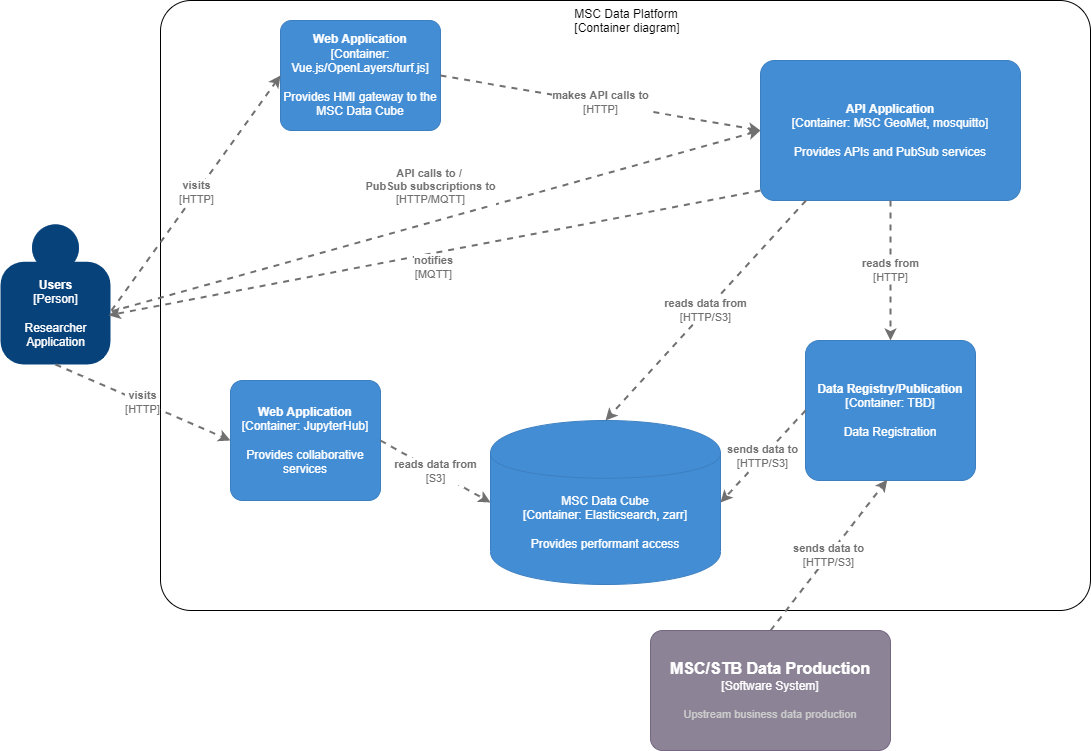
This is architecture/c4.container.png from ECCC-MSC/msc-data-platform, a draw.io export, as it was before one commit. Source tidied: cells renumbered, new cells last; positions are measured from the earlier drawing's top-left corner, leaving out a move shared by most shapes. Its diagram source:
```xml
<mxGraphModel>
  <root>
    <mxCell id="0" />
    <mxCell id="1" parent="0" />
    <object id="2" label="&lt;div style=&quot;text-align: left&quot;&gt;%c4Name%&lt;/div&gt;&lt;div style=&quot;text-align: left&quot;&gt;[%c4Application%]&lt;/div&gt;" c4Application="Container diagram" c4Name="MSC Data Platform" c4Type="ExecutionEnvironment" placeholders="1">
      <mxCell style="rounded=1;whiteSpace=wrap;html=1;labelBackgroundColor=none;fillColor=none;fontColor=#000000;align=middle;arcSize=5;strokeColor=#000000;verticalAlign=top;metaData={&quot;c4Type&quot;:{&quot;editable&quot;:false}};" parent="1" vertex="1">
        <mxGeometry x="160" width="930" height="610" as="geometry" />
      </mxCell>
    </object>
    <object id="3" label="&lt;b&gt;%c4Name%&lt;/b&gt;&lt;div&gt;[%c4Type%: %c4Technology%]&lt;/div&gt;&lt;br&gt;&lt;div&gt;%c4Description%&lt;/div&gt;" c4Description="Data Registration" c4Name="Data Registry/Publication" c4Technology="TBD" c4Type="Container" placeholders="1">
      <mxCell style="rounded=1;whiteSpace=wrap;html=1;labelBackgroundColor=none;fillColor=#438DD5;fontColor=#ffffff;align=center;arcSize=10;strokeColor=#3C7FC0;metaData={&quot;c4Type&quot;:{&quot;editable&quot;:false}};points=[[0.25,0,0],[0.5,0,0],[0.75,0,0],[1,0.25,0],[1,0.5,0],[1,0.75,0],[0.75,1,0],[0.5,1,0],[0.25,1,0],[0,0.75,0],[0,0.5,0],[0,0.25,0]];" parent="1" vertex="1">
        <mxGeometry x="805" y="340" width="170" height="140" as="geometry" />
      </mxCell>
    </object>
    <object id="4" label="%c4Type%&lt;div&gt;[Container:&amp;nbsp;%c4Technology%]&lt;/div&gt;&lt;br&gt;&lt;div&gt;%c4Description%&lt;/div&gt;" c4Description="Provides performant access" c4Name="MSC Data Cube" c4Technology="Elasticsearch, zarr" c4Type="MSC Data Cube" placeholders="1">
      <mxCell style="shape=cylinder;whiteSpace=wrap;html=1;boundedLbl=1;rounded=0;labelBackgroundColor=none;fillColor=#438DD5;fontSize=12;fontColor=#ffffff;align=center;strokeColor=#3C7FC0;points=[[0.5,0,0],[1,0.25,0],[1,0.5,0],[1,0.75,0],[0.5,1,0],[0,0.75,0],[0,0.5,0],[0,0.25,0]];metaData={&quot;c4Type&quot;:{&quot;editable&quot;:false}};" parent="1" vertex="1">
        <mxGeometry x="490" y="420" width="230" height="164" as="geometry" />
      </mxCell>
    </object>
    <object id="5" label="&lt;div style=&quot;text-align: left&quot;&gt;&lt;div style=&quot;text-align: center&quot;&gt;&lt;b&gt;%c4Description%&lt;/b&gt;&lt;/div&gt;&lt;div style=&quot;text-align: center&quot;&gt;[%c4Technology%]&lt;/div&gt;&lt;/div&gt;" c4Description="sends data to" c4Technology="HTTP/S3" c4Type="Relationship" placeholders="1">
      <mxCell style="edgeStyle=none;rounded=0;html=1;entryX=0.481;entryY=0.995;jettySize=auto;strokeColor=#707070;strokeWidth=2;fontColor=#707070;jumpStyle=none;dashed=1;metaData={&quot;c4Type&quot;:{&quot;editable&quot;:false}};exitX=0.5;exitY=0;exitDx=0;exitDy=0;exitPerimeter=0;entryDx=0;entryDy=0;entryPerimeter=0;" parent="1" edge="1" source="16" target="3">
        <mxGeometry relative="1" as="geometry" />
      </mxCell>
    </object>
    <object id="6" label="&lt;div style=&quot;text-align: left&quot;&gt;&lt;div style=&quot;text-align: center&quot;&gt;&lt;b&gt;%c4Description%&lt;/b&gt;&lt;/div&gt;&lt;div style=&quot;text-align: center&quot;&gt;[%c4Technology%]&lt;/div&gt;&lt;/div&gt;" c4Description="sends data to" c4Technology="HTTP/S3" c4Type="Relationship" placeholders="1">
      <mxCell style="edgeStyle=none;rounded=0;html=1;entryX=1;entryY=0.5;jettySize=auto;strokeColor=#707070;strokeWidth=2;fontColor=#707070;jumpStyle=none;dashed=1;metaData={&quot;c4Type&quot;:{&quot;editable&quot;:false}};exitX=0;exitY=0.5;exitDx=0;exitDy=0;exitPerimeter=0;entryDx=0;entryDy=0;entryPerimeter=0;" parent="1" edge="1" source="3" target="4">
        <mxGeometry relative="1" as="geometry" />
      </mxCell>
    </object>
    <object id="7" label="&lt;b&gt;%c4Name%&lt;/b&gt;&lt;div&gt;[%c4Type%: %c4Technology%]&lt;/div&gt;&lt;br&gt;&lt;div&gt;%c4Description%&lt;/div&gt;" c4Description="Provides APIs and PubSub services" c4Name="API Application" c4Technology="MSC GeoMet, mosquitto" c4Type="Container" placeholders="1">
      <mxCell style="rounded=1;whiteSpace=wrap;html=1;labelBackgroundColor=none;fillColor=#438DD5;fontColor=#ffffff;align=center;arcSize=10;strokeColor=#3C7FC0;metaData={&quot;c4Type&quot;:{&quot;editable&quot;:false}};points=[[0.25,0,0],[0.5,0,0],[0.75,0,0],[1,0.25,0],[1,0.5,0],[1,0.75,0],[0.75,1,0],[0.5,1,0],[0.25,1,0],[0,0.75,0],[0,0.5,0],[0,0.25,0]];" parent="1" vertex="1">
        <mxGeometry x="760" y="60" width="260" height="140" as="geometry" />
      </mxCell>
    </object>
    <object id="8" label="&lt;div style=&quot;text-align: left&quot;&gt;&lt;div style=&quot;text-align: center&quot;&gt;&lt;b&gt;%c4Description%&lt;/b&gt;&lt;/div&gt;&lt;div style=&quot;text-align: center&quot;&gt;[%c4Technology%]&lt;/div&gt;&lt;/div&gt;" c4Description="reads from" c4Technology="HTTP" c4Type="Relationship" placeholders="1">
      <mxCell style="edgeStyle=none;rounded=0;html=1;entryX=0.5;entryY=0;jettySize=auto;strokeColor=#707070;strokeWidth=2;fontColor=#707070;jumpStyle=none;dashed=1;metaData={&quot;c4Type&quot;:{&quot;editable&quot;:false}};entryDx=0;entryDy=0;entryPerimeter=0;" parent="1" edge="1" source="7" target="3">
        <mxGeometry relative="1" as="geometry" />
      </mxCell>
    </object>
    <object id="9" label="&lt;b&gt;%c4Name%&lt;/b&gt;&lt;div&gt;[%c4Type%: %c4Technology%]&lt;/div&gt;&lt;br&gt;&lt;div&gt;%c4Description%&lt;/div&gt;" c4Description="Provides HMI gateway to the MSC Data Cube" c4Name="Web Application" c4Technology="Vue.js/OpenLayers/turf.js" c4Type="Container" placeholders="1">
      <mxCell style="rounded=1;whiteSpace=wrap;html=1;labelBackgroundColor=none;fillColor=#438DD5;fontColor=#ffffff;align=center;arcSize=10;strokeColor=#3C7FC0;metaData={&quot;c4Type&quot;:{&quot;editable&quot;:false}};points=[[0.25,0,0],[0.5,0,0],[0.75,0,0],[1,0.25,0],[1,0.5,0],[1,0.75,0],[0.75,1,0],[0.5,1,0],[0.25,1,0],[0,0.75,0],[0,0.5,0],[0,0.25,0]];" parent="1" vertex="1">
        <mxGeometry x="280" y="20" width="160" height="110" as="geometry" />
      </mxCell>
    </object>
    <object id="10" label="&lt;div style=&quot;text-align: left&quot;&gt;&lt;div style=&quot;text-align: center&quot;&gt;&lt;b&gt;%c4Description%&lt;/b&gt;&lt;/div&gt;&lt;div style=&quot;text-align: center&quot;&gt;[%c4Technology%]&lt;/div&gt;&lt;/div&gt;" c4Description="makes API calls to" c4Technology="HTTP" c4Type="Relationship" placeholders="1">
      <mxCell style="edgeStyle=none;rounded=0;html=1;entryX=0;entryY=0.5;jettySize=auto;strokeColor=#707070;strokeWidth=2;fontColor=#707070;jumpStyle=none;dashed=1;metaData={&quot;c4Type&quot;:{&quot;editable&quot;:false}};exitX=1;exitY=0.5;exitDx=0;exitDy=0;exitPerimeter=0;entryDx=0;entryDy=0;entryPerimeter=0;" parent="1" edge="1" source="9" target="7">
        <mxGeometry relative="1" as="geometry" />
      </mxCell>
    </object>
    <object id="11" label="&lt;div style=&quot;text-align: left&quot;&gt;&lt;div style=&quot;text-align: center&quot;&gt;&lt;b&gt;%c4Description%&lt;/b&gt;&lt;/div&gt;&lt;div style=&quot;text-align: center&quot;&gt;[%c4Technology%]&lt;/div&gt;&lt;/div&gt;" c4Description="reads data from" c4Technology="HTTP/S3" c4Type="Relationship" placeholders="1">
      <mxCell style="edgeStyle=none;rounded=0;html=1;entryX=0.5;entryY=0;jettySize=auto;strokeColor=#707070;strokeWidth=2;fontColor=#707070;jumpStyle=none;dashed=1;metaData={&quot;c4Type&quot;:{&quot;editable&quot;:false}};entryDx=0;entryDy=0;entryPerimeter=0;exitX=0.175;exitY=1;exitDx=0;exitDy=0;exitPerimeter=0;" parent="1" edge="1" source="7" target="4">
        <mxGeometry relative="1" as="geometry" />
      </mxCell>
    </object>
    <object id="12" label="&lt;b&gt;%c4Name%&lt;/b&gt;&lt;div&gt;[%c4Type%]&lt;/div&gt;&lt;br&gt;&lt;div&gt;%c4Description%&lt;/div&gt;" c4Description="Researcher&#10;Application" c4Name="Users" c4Type="Person" placeholders="1">
      <mxCell style="html=1;dashed=0;whitespace=wrap;fillColor=#08427b;strokeColor=none;fontColor=#ffffff;shape=mxgraph.c4.person;align=center;points=[[0.5,0,0],[1,0.5,0],[1,0.75,0],[0.75,1,0],[0.5,1,0],[0.25,1,0],[0,0.75,0],[0,0.5,0]];metaData={&quot;c4Type&quot;:{&quot;editable&quot;:false}};" parent="1" vertex="1">
        <mxGeometry y="224" width="110" height="140" as="geometry" />
      </mxCell>
    </object>
    <object id="13" label="&lt;div style=&quot;text-align: left&quot;&gt;&lt;div style=&quot;text-align: center&quot;&gt;&lt;b&gt;%c4Description%&lt;/b&gt;&lt;/div&gt;&lt;div style=&quot;text-align: center&quot;&gt;[%c4Technology%]&lt;/div&gt;&lt;/div&gt;" c4Description="API calls to / &#10;PubSub subscriptions to" c4Technology="HTTP/MQTT" c4Type="Relationship" placeholders="1">
      <mxCell style="edgeStyle=none;rounded=0;html=1;entryX=0;entryY=0.5;jettySize=auto;strokeColor=#707070;strokeWidth=2;fontColor=#707070;jumpStyle=none;dashed=1;metaData={&quot;c4Type&quot;:{&quot;editable&quot;:false}};exitX=1.011;exitY=0.62;exitDx=0;exitDy=0;exitPerimeter=0;entryDx=0;entryDy=0;entryPerimeter=0;" parent="1" edge="1" source="12" target="7">
        <mxGeometry x="0.01" y="35" relative="1" as="geometry" />
      </mxCell>
    </object>
    <object id="14" label="&lt;div style=&quot;text-align: left&quot;&gt;&lt;div style=&quot;text-align: center&quot;&gt;&lt;b&gt;%c4Description%&lt;/b&gt;&lt;/div&gt;&lt;div style=&quot;text-align: center&quot;&gt;[%c4Technology%]&lt;/div&gt;&lt;/div&gt;" c4Description="visits" c4Technology="HTTP" c4Type="Relationship" placeholders="1">
      <mxCell style="edgeStyle=none;rounded=0;html=1;jettySize=auto;strokeColor=#707070;strokeWidth=2;fontColor=#707070;jumpStyle=none;dashed=1;metaData={&quot;c4Type&quot;:{&quot;editable&quot;:false}};exitX=1.009;exitY=0.614;exitDx=0;exitDy=0;exitPerimeter=0;entryX=0;entryY=0.5;entryDx=0;entryDy=0;entryPerimeter=0;" parent="1" edge="1" source="12" target="9">
        <mxGeometry relative="1" as="geometry" />
      </mxCell>
    </object>
    <object id="15" label="&lt;div style=&quot;text-align: left&quot;&gt;&lt;div style=&quot;text-align: center&quot;&gt;&lt;b&gt;%c4Description%&lt;/b&gt;&lt;/div&gt;&lt;div style=&quot;text-align: center&quot;&gt;[%c4Technology%]&lt;/div&gt;&lt;/div&gt;" c4Description="notifies" c4Technology="MQTT" c4Type="Relationship" placeholders="1">
      <mxCell style="edgeStyle=none;rounded=0;html=1;jettySize=auto;strokeColor=#707070;strokeWidth=2;fontColor=#707070;jumpStyle=none;dashed=1;metaData={&quot;c4Type&quot;:{&quot;editable&quot;:false}};exitX=0;exitY=0.929;exitDx=0;exitDy=0;exitPerimeter=0;entryX=0.982;entryY=0.649;entryDx=0;entryDy=0;entryPerimeter=0;" parent="1" edge="1" source="7" target="12">
        <mxGeometry x="0.01" y="14" relative="1" as="geometry" />
      </mxCell>
    </object>
    <object id="16" label="&lt;font style=&quot;font-size: 16px&quot;&gt;&lt;b&gt;%c4Name%&lt;/b&gt;&lt;/font&gt;&lt;div&gt;[%c4Type%]&lt;/div&gt;&lt;br&gt;&lt;div&gt;&lt;font style=&quot;font-size: 11px&quot;&gt;&lt;font color=&quot;#cccccc&quot;&gt;%c4Description%&lt;/font&gt;&lt;/div&gt;" c4Description="Upstream business data production" c4Name="MSC/STB Data Production" c4Type="Software System" placeholders="1">
      <mxCell style="rounded=1;whiteSpace=wrap;html=1;labelBackgroundColor=none;fillColor=#8C8496;fontColor=#ffffff;align=center;arcSize=10;strokeColor=#736782;points=[[0.25,0,0],[0.5,0,0],[0.75,0,0],[1,0.25,0],[1,0.5,0],[1,0.75,0],[0.75,1,0],[0.5,1,0],[0.25,1,0],[0,0.75,0],[0,0.5,0],[0,0.25,0]];" parent="1" vertex="1">
        <mxGeometry x="650" y="630" width="240" height="120" as="geometry" />
      </mxCell>
    </object>
    <object id="17" label="&lt;b&gt;%c4Name%&lt;/b&gt;&lt;div&gt;[%c4Type%: %c4Technology%]&lt;/div&gt;&lt;br&gt;&lt;div&gt;%c4Description%&lt;/div&gt;" c4Description="Provides collaborative services" c4Name="Web Application" c4Technology="JupyterHub" c4Type="Container" placeholders="1">
      <mxCell style="rounded=1;whiteSpace=wrap;html=1;labelBackgroundColor=none;fillColor=#438DD5;fontColor=#ffffff;align=center;arcSize=10;strokeColor=#3C7FC0;metaData={&quot;c4Type&quot;:{&quot;editable&quot;:false}};points=[[0.25,0,0],[0.5,0,0],[0.75,0,0],[1,0.25,0],[1,0.5,0],[1,0.75,0],[0.75,1,0],[0.5,1,0],[0.25,1,0],[0,0.75,0],[0,0.5,0],[0,0.25,0]];" parent="1" vertex="1">
        <mxGeometry x="230" y="380" width="150" height="120" as="geometry" />
      </mxCell>
    </object>
    <object id="18" label="&lt;div style=&quot;text-align: left&quot;&gt;&lt;div style=&quot;text-align: center&quot;&gt;&lt;b&gt;%c4Description%&lt;/b&gt;&lt;/div&gt;&lt;div style=&quot;text-align: center&quot;&gt;[%c4Technology%]&lt;/div&gt;&lt;/div&gt;" c4Description="reads data from" c4Technology="S3" c4Type="Relationship" placeholders="1">
      <mxCell style="edgeStyle=none;rounded=0;html=1;entryX=0;entryY=0.5;jettySize=auto;strokeColor=#707070;strokeWidth=2;fontColor=#707070;jumpStyle=none;dashed=1;metaData={&quot;c4Type&quot;:{&quot;editable&quot;:false}};entryDx=0;entryDy=0;entryPerimeter=0;exitX=1;exitY=0.5;exitDx=0;exitDy=0;exitPerimeter=0;" parent="1" edge="1" source="17" target="4">
        <mxGeometry relative="1" as="geometry" />
      </mxCell>
    </object>
    <object id="19" label="&lt;div style=&quot;text-align: left&quot;&gt;&lt;div style=&quot;text-align: center&quot;&gt;&lt;b&gt;%c4Description%&lt;/b&gt;&lt;/div&gt;&lt;div style=&quot;text-align: center&quot;&gt;[%c4Technology%]&lt;/div&gt;&lt;/div&gt;" c4Description="visits" c4Technology="HTTP" c4Type="Relationship" placeholders="1">
      <mxCell style="edgeStyle=none;rounded=0;html=1;jettySize=auto;strokeColor=#707070;strokeWidth=2;fontColor=#707070;jumpStyle=none;dashed=1;metaData={&quot;c4Type&quot;:{&quot;editable&quot;:false}};exitX=0.5;exitY=1;exitDx=0;exitDy=0;exitPerimeter=0;entryX=0;entryY=0.5;entryDx=0;entryDy=0;entryPerimeter=0;" parent="1" edge="1" source="12" target="17">
        <mxGeometry relative="1" as="geometry" />
      </mxCell>
    </object>
  </root>
</mxGraphModel>
```
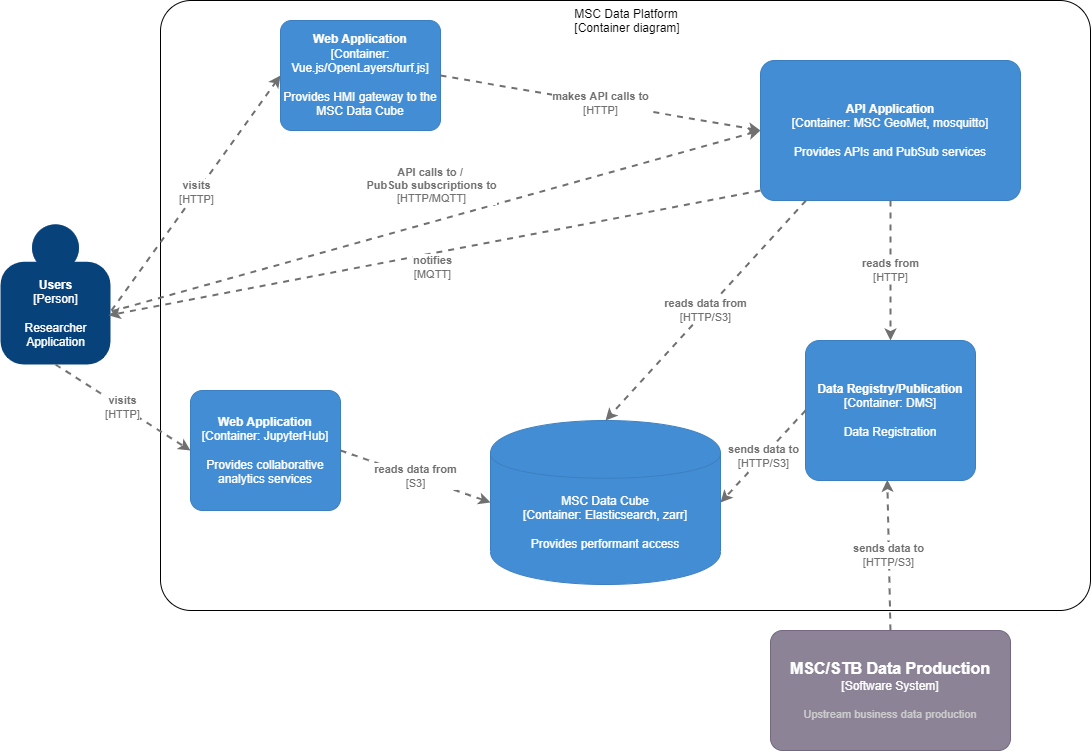
Later version of the same file.

Commit message:
update container diagram

The edit, as a diff of the source:
```diff
@@ -7,7 +7,7 @@
         <mxGeometry x="160" width="930" height="610" as="geometry" />
       </mxCell>
     </object>
-    <object id="3" label="&lt;b&gt;%c4Name%&lt;/b&gt;&lt;div&gt;[%c4Type%: %c4Technology%]&lt;/div&gt;&lt;br&gt;&lt;div&gt;%c4Description%&lt;/div&gt;" c4Description="Data Registration" c4Name="Data Registry/Publication" c4Technology="TBD" c4Type="Container" placeholders="1">
+    <object id="3" label="&lt;b&gt;%c4Name%&lt;/b&gt;&lt;div&gt;[%c4Type%: %c4Technology%]&lt;/div&gt;&lt;br&gt;&lt;div&gt;%c4Description%&lt;/div&gt;" c4Description="Data Registration" c4Name="Data Registry/Publication" c4Technology="DMS" c4Type="Container" placeholders="1">
       <mxCell style="rounded=1;whiteSpace=wrap;html=1;labelBackgroundColor=none;fillColor=#438DD5;fontColor=#ffffff;align=center;arcSize=10;strokeColor=#3C7FC0;metaData={&quot;c4Type&quot;:{&quot;editable&quot;:false}};points=[[0.25,0,0],[0.5,0,0],[0.75,0,0],[1,0.25,0],[1,0.5,0],[1,0.75,0],[0.75,1,0],[0.5,1,0],[0.25,1,0],[0,0.75,0],[0,0.5,0],[0,0.25,0]];" parent="1" vertex="1">
         <mxGeometry x="805" y="340" width="170" height="140" as="geometry" />
       </mxCell>
@@ -74,12 +74,12 @@
     </object>
     <object id="16" label="&lt;font style=&quot;font-size: 16px&quot;&gt;&lt;b&gt;%c4Name%&lt;/b&gt;&lt;/font&gt;&lt;div&gt;[%c4Type%]&lt;/div&gt;&lt;br&gt;&lt;div&gt;&lt;font style=&quot;font-size: 11px&quot;&gt;&lt;font color=&quot;#cccccc&quot;&gt;%c4Description%&lt;/font&gt;&lt;/div&gt;" c4Description="Upstream business data production" c4Name="MSC/STB Data Production" c4Type="Software System" placeholders="1">
       <mxCell style="rounded=1;whiteSpace=wrap;html=1;labelBackgroundColor=none;fillColor=#8C8496;fontColor=#ffffff;align=center;arcSize=10;strokeColor=#736782;points=[[0.25,0,0],[0.5,0,0],[0.75,0,0],[1,0.25,0],[1,0.5,0],[1,0.75,0],[0.75,1,0],[0.5,1,0],[0.25,1,0],[0,0.75,0],[0,0.5,0],[0,0.25,0]];" parent="1" vertex="1">
-        <mxGeometry x="650" y="630" width="240" height="120" as="geometry" />
+        <mxGeometry x="770" y="630" width="240" height="120" as="geometry" />
       </mxCell>
     </object>
-    <object id="17" label="&lt;b&gt;%c4Name%&lt;/b&gt;&lt;div&gt;[%c4Type%: %c4Technology%]&lt;/div&gt;&lt;br&gt;&lt;div&gt;%c4Description%&lt;/div&gt;" c4Description="Provides collaborative services" c4Name="Web Application" c4Technology="JupyterHub" c4Type="Container" placeholders="1">
+    <object id="17" label="&lt;b&gt;%c4Name%&lt;/b&gt;&lt;div&gt;[%c4Type%: %c4Technology%]&lt;/div&gt;&lt;br&gt;&lt;div&gt;%c4Description%&lt;/div&gt;" c4Description="Provides collaborative analytics services" c4Name="Web Application" c4Technology="JupyterHub" c4Type="Container" placeholders="1">
       <mxCell style="rounded=1;whiteSpace=wrap;html=1;labelBackgroundColor=none;fillColor=#438DD5;fontColor=#ffffff;align=center;arcSize=10;strokeColor=#3C7FC0;metaData={&quot;c4Type&quot;:{&quot;editable&quot;:false}};points=[[0.25,0,0],[0.5,0,0],[0.75,0,0],[1,0.25,0],[1,0.5,0],[1,0.75,0],[0.75,1,0],[0.5,1,0],[0.25,1,0],[0,0.75,0],[0,0.5,0],[0,0.25,0]];" parent="1" vertex="1">
-        <mxGeometry x="230" y="380" width="150" height="120" as="geometry" />
+        <mxGeometry x="190" y="390" width="150" height="120" as="geometry" />
       </mxCell>
     </object>
     <object id="18" label="&lt;div style=&quot;text-align: left&quot;&gt;&lt;div style=&quot;text-align: center&quot;&gt;&lt;b&gt;%c4Description%&lt;/b&gt;&lt;/div&gt;&lt;div style=&quot;text-align: center&quot;&gt;[%c4Technology%]&lt;/div&gt;&lt;/div&gt;" c4Description="reads data from" c4Technology="S3" c4Type="Relationship" placeholders="1">
```
